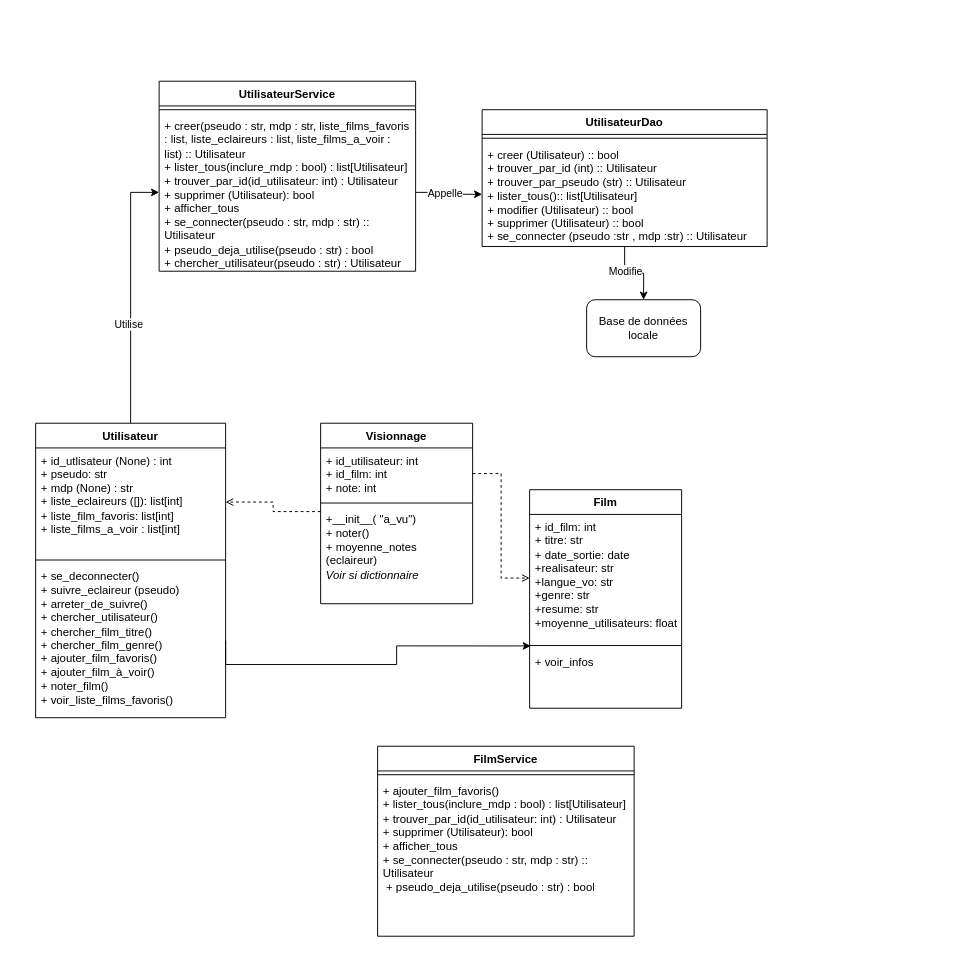
Earlier version of the draw.io diagram doc/Diagramme de classes - Projet info .drawio (leolrl/Projet2A). Source tidied: cells renumbered, new cells numbered last; positions are measured from the earlier drawing's top-left corner, leaving out a move shared by most shapes. Both pictures are drawn from the tidied source at 95%, with x=0, y=0 at pixel (35, 81).
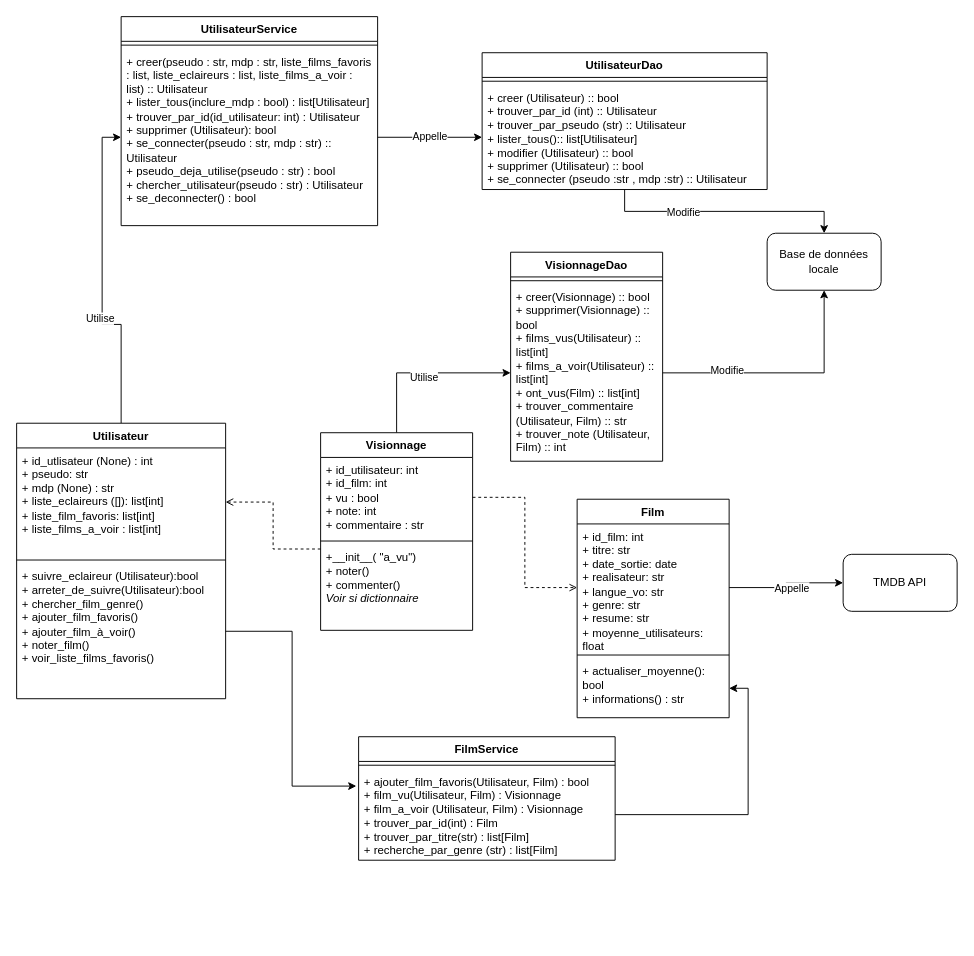
The same page after the edit.

Commit message:
Mettre à jour Diagramme de classes - Projet info .drawio

The edit, as a diff of the source:
```diff
@@
     <mxCell id="4" value="Utilisateur" style="swimlane;fontStyle=1;align=center;verticalAlign=top;horizontal=1;startSize=26;whiteSpace=wrap;html=1;" parent="1" vertex="1">
-      <mxGeometry y="360" width="200" height="310" as="geometry" />
+      <mxGeometry x="-20" y="360" width="220" height="290" as="geometry" />
     </mxCell>
     <mxCell id="5" value="+ id_utlisateur (None) : int&lt;div&gt;&lt;div&gt;+ pseudo: str&lt;/div&gt;&lt;div&gt;+ mdp (None) : str&lt;/div&gt;&lt;div&gt;+ liste_eclaireurs ([]):&amp;nbsp;&lt;span style=&quot;background-color: initial;&quot;&gt;list[int]&lt;/span&gt;&lt;/div&gt;&lt;/div&gt;&lt;div&gt;+ liste_film_favoris:&amp;nbsp;&lt;span style=&quot;background-color: initial;&quot;&gt;list[int]&lt;/span&gt;&lt;/div&gt;&lt;div&gt;+ liste_films_a_voir : list[int]&lt;/div&gt;" style="text;strokeColor=none;fillColor=none;align=left;verticalAlign=top;spacingLeft=4;spacingRight=4;overflow=hidden;points=[[0,0.5],[1,0.5]];portConstraint=eastwest;whiteSpace=wrap;html=1;" parent="4" vertex="1">
-      <mxGeometry y="26" width="200" height="114" as="geometry" />
+      <mxGeometry y="26" width="220" height="114" as="geometry" />
     </mxCell>
     <mxCell id="6" style="line;strokeWidth=1;fillColor=none;align=left;verticalAlign=middle;spacingTop=-1;spacingLeft=3;spacingRight=3;labelPosition=right;strokeColor=inherit;" parent="4" vertex="1">
-      <mxGeometry y="140" width="200" height="8" as="geometry" />
+      <mxGeometry y="140" width="220" height="8" as="geometry" />
     </mxCell>
-    <mxCell id="7" value="&lt;div&gt;+ se_deconnecter()&lt;/div&gt;&lt;div&gt;+ suivre_eclaireur (pseudo)&lt;/div&gt;&lt;div&gt;+ arreter_de_suivre()&lt;/div&gt;&lt;div&gt;+ chercher_utilisateur()&lt;div&gt;+ chercher_film_titre()&lt;/div&gt;&lt;div&gt;+ chercher_film_genre()&lt;/div&gt;&lt;div&gt;+ ajouter_film_favoris()&lt;/div&gt;&lt;div&gt;+ ajouter_film_à_voir()&lt;/div&gt;&lt;div&gt;+ noter_film()&lt;/div&gt;&lt;/div&gt;&lt;div&gt;+ voir_liste_films_favoris()&lt;/div&gt;" style="text;strokeColor=none;fillColor=none;align=left;verticalAlign=top;spacingLeft=4;spacingRight=4;overflow=hidden;points=[[0,0.5],[1,0.5]];portConstraint=eastwest;whiteSpace=wrap;html=1;" parent="4" vertex="1">
-      <mxGeometry y="148" width="200" height="162" as="geometry" />
+    <mxCell id="7" value="&lt;div&gt;&lt;span style=&quot;background-color: initial;&quot;&gt;+ suivre_eclaireur (Utilisateur):bool&lt;/span&gt;&lt;br&gt;&lt;/div&gt;&lt;div&gt;+ arreter_de_suivre(Utilisateur):bool&lt;/div&gt;&lt;div&gt;&lt;div&gt;+ chercher_film_genre()&lt;/div&gt;&lt;div&gt;+ ajouter_film_favoris()&lt;/div&gt;&lt;div&gt;+ ajouter_film_à_voir()&lt;/div&gt;&lt;div&gt;+ noter_film()&lt;/div&gt;&lt;/div&gt;&lt;div&gt;+ voir_liste_films_favoris()&lt;/div&gt;" style="text;strokeColor=none;fillColor=none;align=left;verticalAlign=top;spacingLeft=4;spacingRight=4;overflow=hidden;points=[[0,0.5],[1,0.5]];portConstraint=eastwest;whiteSpace=wrap;html=1;" parent="4" vertex="1">
+      <mxGeometry y="148" width="220" height="142" as="geometry" />
     </mxCell>
     <mxCell id="8" value="Film" style="swimlane;fontStyle=1;align=center;verticalAlign=top;horizontal=1;startSize=26;whiteSpace=wrap;html=1;" parent="1" vertex="1">
-      <mxGeometry x="520" y="430" width="160" height="230" as="geometry" />
+      <mxGeometry x="570" y="440" width="160" height="230" as="geometry" />
     </mxCell>
-    <mxCell id="9" value="+ id_film: int&lt;div&gt;+ titre: str&lt;br&gt;&lt;div&gt;+ date_sortie: date&amp;nbsp;&lt;/div&gt;&lt;div&gt;+realisateur: str&lt;/div&gt;&lt;div&gt;+langue_vo: str&lt;/div&gt;&lt;div&gt;+genre: str&lt;/div&gt;&lt;div&gt;+resume: str&lt;/div&gt;&lt;div&gt;+moyenne_utilisateurs: float&lt;/div&gt;&lt;/div&gt;" style="text;strokeColor=none;fillColor=none;align=left;verticalAlign=top;spacingLeft=4;spacingRight=4;overflow=hidden;points=[[0,0.5],[1,0.5]];portConstraint=eastwest;whiteSpace=wrap;html=1;" parent="8" vertex="1">
+    <mxCell id="9" value="+ id_film: int&lt;div&gt;+ titre: str&lt;br&gt;&lt;div&gt;+ date_sortie: date&amp;nbsp;&lt;/div&gt;&lt;div&gt;+ realisateur: str&lt;/div&gt;&lt;div&gt;+ langue_vo: str&lt;/div&gt;&lt;div&gt;+ genre: str&lt;/div&gt;&lt;div&gt;+ resume: str&lt;/div&gt;&lt;div&gt;+ moyenne_utilisateurs: float&lt;/div&gt;&lt;/div&gt;" style="text;strokeColor=none;fillColor=none;align=left;verticalAlign=top;spacingLeft=4;spacingRight=4;overflow=hidden;points=[[0,0.5],[1,0.5]];portConstraint=eastwest;whiteSpace=wrap;html=1;" parent="8" vertex="1">
       <mxGeometry y="26" width="160" height="134" as="geometry" />
     </mxCell>
@@
-    <mxCell id="11" value="&lt;div&gt;+ voir_infos&lt;/div&gt;&lt;div&gt;&lt;br&gt;&lt;/div&gt;" style="text;strokeColor=none;fillColor=none;align=left;verticalAlign=top;spacingLeft=4;spacingRight=4;overflow=hidden;points=[[0,0.5],[1,0.5]];portConstraint=eastwest;whiteSpace=wrap;html=1;" parent="8" vertex="1">
+    <mxCell id="11" value="&lt;div&gt;+ actualiser_moyenne(): bool&lt;/div&gt;&lt;div&gt;+ informations() : str&amp;nbsp;&lt;/div&gt;" style="text;strokeColor=none;fillColor=none;align=left;verticalAlign=top;spacingLeft=4;spacingRight=4;overflow=hidden;points=[[0,0.5],[1,0.5]];portConstraint=eastwest;whiteSpace=wrap;html=1;" parent="8" vertex="1">
       <mxGeometry y="168" width="160" height="62" as="geometry" />
     </mxCell>
+    <mxCell id="33" style="edgeStyle=orthogonalEdgeStyle;rounded=0;jettySize=auto;html=1;exitX=0.5;exitY=0;exitDx=0;exitDy=0;entryX=0;entryY=0.5;entryDx=0;entryDy=0;" parent="1" edge="1" source="12" target="37">
+      <mxGeometry relative="1" as="geometry" />
+    </mxCell>
+    <mxCell id="34" value="Utilise" style="edgeLabel;html=1;align=center;verticalAlign=middle;" parent="33" vertex="1">
+      <mxGeometry x="-0.01" y="-4" relative="1" as="geometry" />
+    </mxCell>
     <mxCell id="12" value="Visionnage" style="swimlane;fontStyle=1;align=center;verticalAlign=top;horizontal=1;startSize=26;whiteSpace=wrap;html=1;" parent="1" vertex="1">
-      <mxGeometry x="300" y="360" width="160" height="190" as="geometry" />
+      <mxGeometry x="300" y="370" width="160" height="208" as="geometry" />
     </mxCell>
-    <mxCell id="13" value="+ id_utilisateur: int&lt;div&gt;+ id_film: int&lt;/div&gt;&lt;div&gt;+ note: int&lt;/div&gt;" style="text;strokeColor=none;fillColor=none;align=left;verticalAlign=top;spacingLeft=4;spacingRight=4;overflow=hidden;points=[[0,0.5],[1,0.5]];portConstraint=eastwest;whiteSpace=wrap;html=1;" parent="12" vertex="1">
-      <mxGeometry y="26" width="160" height="54" as="geometry" />
+    <mxCell id="13" value="+ id_utilisateur: int&lt;div&gt;+ id_film: int&lt;/div&gt;&lt;div&gt;+ vu : bool&lt;/div&gt;&lt;div&gt;+ note: int&lt;/div&gt;&lt;div&gt;+ commentaire : str&amp;nbsp;&lt;/div&gt;" style="text;strokeColor=none;fillColor=none;align=left;verticalAlign=top;spacingLeft=4;spacingRight=4;overflow=hidden;points=[[0,0.5],[1,0.5]];portConstraint=eastwest;whiteSpace=wrap;html=1;" parent="12" vertex="1">
+      <mxGeometry y="26" width="160" height="84" as="geometry" />
     </mxCell>
     <mxCell id="14" style="line;strokeWidth=1;fillColor=none;align=left;verticalAlign=middle;spacingTop=-1;spacingLeft=3;spacingRight=3;labelPosition=right;strokeColor=inherit;" parent="12" vertex="1">
-      <mxGeometry y="80" width="160" height="8" as="geometry" />
+      <mxGeometry y="110" width="160" height="8" as="geometry" />
     </mxCell>
-    <mxCell id="15" value="&lt;div&gt;+__init__( &quot;a_vu&quot;)&lt;br&gt;&lt;/div&gt;+ noter()&lt;div&gt;+ moyenne_notes (eclaireur)&lt;/div&gt;&lt;div&gt;&lt;i&gt;Voir si dictionnaire&lt;/i&gt;&lt;/div&gt;" style="text;strokeColor=none;fillColor=none;align=left;verticalAlign=top;spacingLeft=4;spacingRight=4;overflow=hidden;points=[[0,0.5],[1,0.5]];portConstraint=eastwest;whiteSpace=wrap;html=1;" parent="12" vertex="1">
-      <mxGeometry y="88" width="160" height="102" as="geometry" />
+    <mxCell id="15" value="&lt;div&gt;+__init__( &quot;a_vu&quot;)&lt;br&gt;&lt;/div&gt;+ noter()&lt;div&gt;+ commenter()&lt;br&gt;&lt;div&gt;&lt;i&gt;Voir si dictionnaire&lt;/i&gt;&lt;/div&gt;&lt;/div&gt;" style="text;strokeColor=none;fillColor=none;align=left;verticalAlign=top;spacingLeft=4;spacingRight=4;overflow=hidden;points=[[0,0.5],[1,0.5]];portConstraint=eastwest;whiteSpace=wrap;html=1;" parent="12" vertex="1">
+      <mxGeometry y="118" width="160" height="90" as="geometry" />
     </mxCell>
@@
-    <mxCell id="18" style="edgeStyle=orthogonalEdgeStyle;rounded=0;jettySize=auto;html=1;exitX=1;exitY=0.5;exitDx=0;exitDy=0;entryX=0.008;entryY=1.033;entryDx=0;entryDy=0;entryPerimeter=0;" parent="1" edge="1" source="7" target="9">
-      <mxGeometry relative="1" as="geometry">
-        <Array as="points">
-          <mxPoint x="380" y="614" />
-          <mxPoint x="380" y="594" />
-        </Array>
-      </mxGeometry>
-    </mxCell>
@@
     <mxCell id="21" value="UtilisateurDao" style="swimlane;fontStyle=1;align=center;verticalAlign=top;horizontal=1;startSize=26;whiteSpace=wrap;html=1;" parent="1" vertex="1">
-      <mxGeometry x="470" y="30" width="300" height="144" as="geometry" />
+      <mxGeometry x="470" y="-30" width="300" height="144" as="geometry" />
     </mxCell>
@@
     <mxCell id="24" value="UtilisateurService" style="swimlane;fontStyle=1;align=center;verticalAlign=top;horizontal=1;startSize=26;whiteSpace=wrap;html=1;" parent="1" vertex="1">
-      <mxGeometry x="130" width="270" height="200" as="geometry" />
+      <mxGeometry x="90" y="-68" width="270" height="220" as="geometry" />
     </mxCell>
@@
-    <mxCell id="26" value="+ creer(pseudo : str, mdp : str, liste_films_favoris : list, liste_eclaireurs : list&lt;span style=&quot;background-color: initial;&quot;&gt;, liste_films_a_voir : list) :: Utilisateur&lt;/span&gt;&lt;div&gt;&lt;span style=&quot;background-color: initial;&quot;&gt;+ lister_tous(inclure_mdp : bool) : list[Utilisateur]&lt;/span&gt;&lt;/div&gt;&lt;div&gt;&lt;span style=&quot;background-color: initial;&quot;&gt;+ trouver_par_id(id_utilisateur: int) : Utilisateur&lt;/span&gt;&lt;/div&gt;&lt;div&gt;+ supprimer (Utilisateur): bool&lt;/div&gt;&lt;div&gt;+ afficher_tous&lt;/div&gt;&lt;div&gt;+ se_connecter(pseudo : str, mdp : str) :: Utilisateur&lt;/div&gt;&lt;div&gt;+ pseudo_deja_utilise(pseudo : str) : bool&lt;/div&gt;&lt;div&gt;+ chercher_utilisateur(pseudo : str) : Utilisateur&amp;nbsp;&lt;/div&gt;" style="text;strokeColor=none;fillColor=none;align=left;verticalAlign=top;spacingLeft=4;spacingRight=4;overflow=hidden;points=[[0,0.5],[1,0.5]];portConstraint=eastwest;whiteSpace=wrap;html=1;" parent="24" vertex="1">
-      <mxGeometry y="34" width="270" height="166" as="geometry" />
+    <mxCell id="26" value="+ creer(pseudo : str, mdp : str, liste_films_favoris : list, liste_eclaireurs : list&lt;span style=&quot;background-color: initial;&quot;&gt;, liste_films_a_voir : list) :: Utilisateur&lt;/span&gt;&lt;div&gt;&lt;span style=&quot;background-color: initial;&quot;&gt;+ lister_tous(inclure_mdp : bool) : list[Utilisateur]&lt;/span&gt;&lt;/div&gt;&lt;div&gt;&lt;span style=&quot;background-color: initial;&quot;&gt;+ trouver_par_id(id_utilisateur: int) : Utilisateur&lt;/span&gt;&lt;/div&gt;&lt;div&gt;+ supprimer (Utilisateur): bool&lt;/div&gt;&lt;div&gt;+ se_connecter(pseudo : str, mdp : str) :: Utilisateur&lt;/div&gt;&lt;div&gt;+ pseudo_deja_utilise(pseudo : str) : bool&lt;/div&gt;&lt;div&gt;+ chercher_utilisateur(pseudo : str) : Utilisateur&lt;/div&gt;&lt;div&gt;&lt;span style=&quot;background-color: initial;&quot;&gt;+ se_deconnecter() : bool&lt;/span&gt;&lt;/div&gt;" style="text;strokeColor=none;fillColor=none;align=left;verticalAlign=top;spacingLeft=4;spacingRight=4;overflow=hidden;points=[[0,0.5],[1,0.5]];portConstraint=eastwest;whiteSpace=wrap;html=1;" parent="24" vertex="1">
+      <mxGeometry y="34" width="270" height="186" as="geometry" />
     </mxCell>
@@
     <mxCell id="29" value="Base de données locale" style="rounded=1;whiteSpace=wrap;html=1;" parent="1" vertex="1">
-      <mxGeometry x="580" y="230" width="120" height="60" as="geometry" />
+      <mxGeometry x="770" y="160" width="120" height="60" as="geometry" />
     </mxCell>
     <mxCell id="30" value="FilmService" style="swimlane;fontStyle=1;align=center;verticalAlign=top;horizontal=1;startSize=26;whiteSpace=wrap;html=1;" parent="1" vertex="1">
-      <mxGeometry x="360" y="700" width="270" height="200" as="geometry" />
+      <mxGeometry x="340" y="690" width="270" height="130" as="geometry" />
     </mxCell>
@@
-    <mxCell id="32" value="+ ajouter_film_favoris()&lt;div&gt;&lt;span style=&quot;background-color: initial;&quot;&gt;+ lister_tous(inclure_mdp : bool) : list[Utilisateur]&lt;/span&gt;&lt;/div&gt;&lt;div&gt;&lt;span style=&quot;background-color: initial;&quot;&gt;+ trouver_par_id(id_utilisateur: int) : Utilisateur&lt;/span&gt;&lt;/div&gt;&lt;div&gt;+ supprimer (Utilisateur): bool&lt;/div&gt;&lt;div&gt;+ afficher_tous&lt;/div&gt;&lt;div&gt;+ se_connecter(pseudo : str, mdp : str) :: Utilisateur&lt;/div&gt;&lt;div&gt;&amp;nbsp;+ pseudo_deja_utilise(pseudo : str) : bool&lt;/div&gt;" style="text;strokeColor=none;fillColor=none;align=left;verticalAlign=top;spacingLeft=4;spacingRight=4;overflow=hidden;points=[[0,0.5],[1,0.5]];portConstraint=eastwest;whiteSpace=wrap;html=1;" parent="30" vertex="1">
-      <mxGeometry y="34" width="270" height="166" as="geometry" />
+    <mxCell id="32" value="+ ajouter_film_favoris(Utilisateur, Film) : bool&lt;div&gt;+ film_vu(Utilisateur, Film) : Visionnage&lt;/div&gt;&lt;div&gt;+ film_a_voir (Utilisateur, Film) : Visionnage&lt;br&gt;&lt;div&gt;&lt;div&gt;&lt;span style=&quot;background-color: initial;&quot;&gt;+ trouver_par_id(int) : Film&lt;/span&gt;&lt;/div&gt;&lt;div&gt;&lt;span style=&quot;background-color: initial;&quot;&gt;+ trouver_par_titre(str) : list[Film]&lt;/span&gt;&lt;/div&gt;&lt;div&gt;+ recherche_par_genre (str) : list[Film]&lt;/div&gt;&lt;div&gt;&lt;br&gt;&lt;/div&gt;&lt;/div&gt;&lt;/div&gt;" style="text;strokeColor=none;fillColor=none;align=left;verticalAlign=top;spacingLeft=4;spacingRight=4;overflow=hidden;points=[[0,0.5],[1,0.5]];portConstraint=eastwest;whiteSpace=wrap;html=1;" parent="30" vertex="1">
+      <mxGeometry y="34" width="270" height="96" as="geometry" />
     </mxCell>
+    <mxCell id="35" value="VisionnageDao" style="swimlane;fontStyle=1;align=center;verticalAlign=top;horizontal=1;startSize=26;whiteSpace=wrap;html=1;" parent="1" vertex="1">
+      <mxGeometry x="500" y="180" width="160" height="220" as="geometry" />
+    </mxCell>
+    <mxCell id="36" style="line;strokeWidth=1;fillColor=none;align=left;verticalAlign=middle;spacingTop=-1;spacingLeft=3;spacingRight=3;labelPosition=right;strokeColor=inherit;" parent="35" vertex="1">
+      <mxGeometry y="26" width="160" height="8" as="geometry" />
+    </mxCell>
+    <mxCell id="37" value="+ creer(Visionnage) :: bool&lt;div&gt;+ supprimer(Visionnage) :: bool&amp;nbsp;&amp;nbsp;&lt;div&gt;+ films_vus(Utilisateur) :: list[int]&lt;/div&gt;&lt;div&gt;+ films_a_voir(Utilisateur) :: list[int]&lt;/div&gt;&lt;div&gt;+ ont_vus(Film) :: list[int]&lt;/div&gt;&lt;/div&gt;&lt;div&gt;+ trouver_commentaire (Utilisateur, Film) :: str&amp;nbsp;&lt;/div&gt;&lt;div&gt;+ trouver_note (Utilisateur, Film) :: int&lt;/div&gt;" style="text;strokeColor=none;fillColor=none;align=left;verticalAlign=top;spacingLeft=4;spacingRight=4;overflow=hidden;points=[[0,0.5],[1,0.5]];portConstraint=eastwest;whiteSpace=wrap;html=1;" parent="35" vertex="1">
+      <mxGeometry y="34" width="160" height="186" as="geometry" />
+    </mxCell>
+    <mxCell id="38" value="TMDB API" style="rounded=1;whiteSpace=wrap;html=1;" parent="1" vertex="1">
+      <mxGeometry x="850" y="498" width="120" height="60" as="geometry" />
+    </mxCell>
+    <mxCell id="39" style="edgeStyle=orthogonalEdgeStyle;rounded=0;jettySize=auto;html=1;exitX=1;exitY=0.5;exitDx=0;exitDy=0;" parent="1" edge="1" source="9" target="38">
+      <mxGeometry relative="1" as="geometry" />
+    </mxCell>
+    <mxCell id="40" value="Appelle" style="edgeLabel;html=1;align=center;verticalAlign=middle;" parent="39" vertex="1">
+      <mxGeometry x="0.12" y="-5" relative="1" as="geometry" />
+    </mxCell>
+    <mxCell id="41" style="edgeStyle=orthogonalEdgeStyle;rounded=0;jettySize=auto;html=1;exitX=1;exitY=0.5;exitDx=0;exitDy=0;entryX=0.5;entryY=1;entryDx=0;entryDy=0;" parent="1" edge="1" source="37" target="29">
+      <mxGeometry relative="1" as="geometry" />
+    </mxCell>
+    <mxCell id="42" value="Modifie" style="edgeLabel;html=1;align=center;verticalAlign=middle;" parent="41" vertex="1">
+      <mxGeometry x="-0.48" y="3" relative="1" as="geometry" />
+    </mxCell>
+    <mxCell id="43" style="edgeStyle=orthogonalEdgeStyle;rounded=0;jettySize=auto;html=1;exitX=1;exitY=0.5;exitDx=0;exitDy=0;entryX=-0.009;entryY=0.187;entryDx=0;entryDy=0;entryPerimeter=0;" parent="1" edge="1" source="7" target="32">
+      <mxGeometry relative="1" as="geometry" />
+    </mxCell>
+    <mxCell id="44" style="edgeStyle=orthogonalEdgeStyle;rounded=0;jettySize=auto;html=1;exitX=1;exitY=0.5;exitDx=0;exitDy=0;entryX=1;entryY=0.5;entryDx=0;entryDy=0;" parent="1" edge="1" source="32" target="11">
+      <mxGeometry relative="1" as="geometry" />
+    </mxCell>
```
